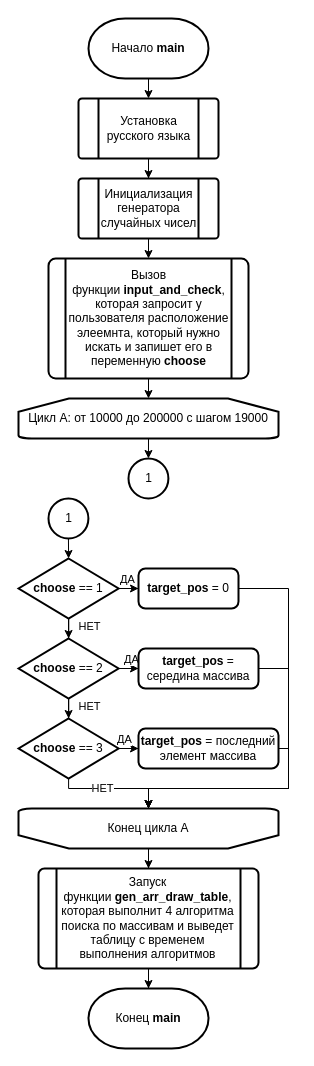
This is page "main" (1 of 6) of diagrams/sources/all.drawio from AKTOETO/LW2-2022, a draw.io file, before an edit. Source tidied: cells renumbered, new cells numbered last; positions are measured from the earlier drawing's top-left corner, leaving out a move shared by most shapes. Both pictures are drawn from the tidied source at 100%, with x=0, y=0 at pixel (18, 18).
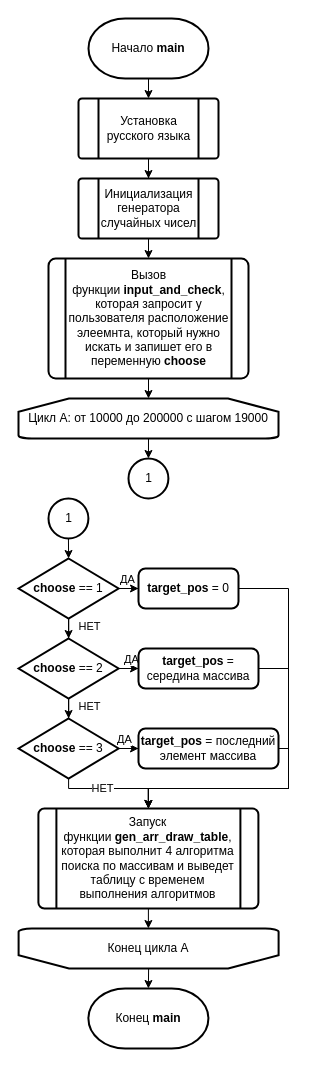
Above is the later version.

Unchanged cells that the change refers to:
```xml
<mxCell id="20" value="&lt;b&gt;target_pos&lt;/b&gt; = 0" style="rounded=1;whiteSpace=wrap;html=1;absoluteArcSize=1;arcSize=14;strokeWidth=2;" parent="1" vertex="1">
  <mxGeometry x="120" y="550" width="100" height="40" as="geometry" />
</mxCell>
<mxCell id="27" value="&lt;b&gt;target_pos &lt;/b&gt;= середина массива" style="rounded=1;whiteSpace=wrap;html=1;absoluteArcSize=1;arcSize=14;strokeWidth=2;" parent="1" vertex="1">
  <mxGeometry x="120" y="630" width="120" height="40" as="geometry" />
</mxCell>
<mxCell id="32" value="&lt;b&gt;choose&lt;/b&gt; == 3" style="strokeWidth=2;html=1;shape=mxgraph.flowchart.decision;whiteSpace=wrap;" parent="1" vertex="1">
  <mxGeometry x="0.1" y="700" width="100" height="60" as="geometry" />
</mxCell>
<mxCell id="34" value="&lt;b&gt;target_pos&lt;/b&gt; = последний элемент массива" style="rounded=1;whiteSpace=wrap;html=1;absoluteArcSize=1;arcSize=14;strokeWidth=2;" parent="1" vertex="1">
  <mxGeometry x="120" y="710" width="140" height="40" as="geometry" />
</mxCell>
```

What changed in the source:
```diff
@@
-    <mxCell id="12" style="edgeStyle=orthogonalEdgeStyle;rounded=0;jettySize=auto;html=1;fontColor=default;" parent="1" edge="1" source="13" target="36">
-      <mxGeometry relative="1" as="geometry" />
-    </mxCell>
+    <mxCell id="41" style="edgeStyle=orthogonalEdgeStyle;rounded=0;jettySize=auto;html=1;exitX=0.5;exitY=0;exitDx=0;exitDy=0;exitPerimeter=0;entryX=0.5;entryY=0;entryDx=0;entryDy=0;entryPerimeter=0;" parent="1" edge="1" source="13" target="37">
+      <mxGeometry relative="1" as="geometry" />
+    </mxCell>
     <mxCell id="13" value="Конец цикла А" style="strokeWidth=2;html=1;shape=mxgraph.flowchart.loop_limit;whiteSpace=wrap;direction=west;" parent="1" vertex="1">
-      <mxGeometry y="790" width="260" height="40" as="geometry" />
+      <mxGeometry x="0.1" y="910" width="260" height="40" as="geometry" />
     </mxCell>
@@
-    <mxCell id="19" style="edgeStyle=orthogonalEdgeStyle;rounded=0;jettySize=auto;html=1;exitX=1;exitY=0.5;exitDx=0;exitDy=0;entryX=0.5;entryY=1;entryDx=0;entryDy=0;entryPerimeter=0;fontColor=default;" parent="1" edge="1" source="20" target="13">
+    <mxCell id="19" style="edgeStyle=orthogonalEdgeStyle;rounded=0;jettySize=auto;html=1;exitX=1;exitY=0.5;exitDx=0;exitDy=0;entryX=0.5;entryY=0;entryDx=0;entryDy=0;fontColor=default;" parent="1" edge="1" source="20" target="36">
       <mxGeometry relative="1" as="geometry">
         <Array as="points">
           <mxPoint x="270" y="570" />
           <mxPoint x="270" y="770" />
           <mxPoint x="130" y="770" />
         </Array>
       </mxGeometry>
     </mxCell>
@@
-    <mxCell id="26" style="edgeStyle=orthogonalEdgeStyle;rounded=0;jettySize=auto;html=1;exitX=1;exitY=0.5;exitDx=0;exitDy=0;fontColor=default;entryX=0.5;entryY=1;entryDx=0;entryDy=0;entryPerimeter=0;" parent="1" edge="1" source="27" target="13">
+    <mxCell id="26" style="edgeStyle=orthogonalEdgeStyle;rounded=0;jettySize=auto;html=1;exitX=1;exitY=0.5;exitDx=0;exitDy=0;fontColor=default;entryX=0.5;entryY=0;entryDx=0;entryDy=0;" parent="1" edge="1" source="27" target="36">
       <mxGeometry relative="1" as="geometry">
         <Array as="points">
           <mxPoint x="270" y="650" />
           <mxPoint x="270" y="770" />
           <mxPoint x="130" y="770" />
         </Array>
       </mxGeometry>
     </mxCell>
@@
-    <mxCell id="30" style="edgeStyle=orthogonalEdgeStyle;rounded=0;jettySize=auto;html=1;entryX=0.5;entryY=1;entryDx=0;entryDy=0;entryPerimeter=0;" parent="1" edge="1" source="32" target="13">
+    <mxCell id="30" style="edgeStyle=orthogonalEdgeStyle;rounded=0;jettySize=auto;html=1;entryX=0.5;entryY=0;entryDx=0;entryDy=0;" parent="1" edge="1" source="32" target="36">
       <mxGeometry relative="1" as="geometry">
         <Array as="points">
           <mxPoint x="50" y="770" />
           <mxPoint x="130" y="770" />
         </Array>
       </mxGeometry>
     </mxCell>
@@
-    <mxCell id="33" style="edgeStyle=orthogonalEdgeStyle;rounded=0;jettySize=auto;html=1;exitX=1;exitY=0.5;exitDx=0;exitDy=0;entryX=0.5;entryY=1;entryDx=0;entryDy=0;entryPerimeter=0;fontColor=default;" parent="1" edge="1" source="34" target="13">
+    <mxCell id="33" style="edgeStyle=orthogonalEdgeStyle;rounded=0;jettySize=auto;html=1;exitX=1;exitY=0.5;exitDx=0;exitDy=0;entryX=0.5;entryY=0;entryDx=0;entryDy=0;fontColor=default;" parent="1" edge="1" source="34" target="36">
       <mxGeometry relative="1" as="geometry">
         <Array as="points">
           <mxPoint x="270" y="730" />
           <mxPoint x="270" y="770" />
           <mxPoint x="130" y="770" />
         </Array>
       </mxGeometry>
     </mxCell>
@@
-    <mxCell id="35" style="edgeStyle=orthogonalEdgeStyle;rounded=0;jettySize=auto;html=1;fontColor=default;" parent="1" edge="1" source="36" target="37">
+    <mxCell id="35" style="edgeStyle=orthogonalEdgeStyle;rounded=0;jettySize=auto;html=1;fontColor=default;entryX=0.5;entryY=1;entryDx=0;entryDy=0;entryPerimeter=0;" parent="1" edge="1" source="36" target="13">
       <mxGeometry relative="1" as="geometry" />
     </mxCell>
     <mxCell id="36" value="Запуск функции&amp;nbsp;&lt;b&gt;gen_arr_draw_table&lt;/b&gt;, которая выполнит 4 алгоритма поиска по массивам и выведет таблицу с временем выполнения алгоритмов" style="verticalLabelPosition=middle;verticalAlign=middle;html=1;shape=process;whiteSpace=wrap;rounded=1;size=0.08333333333333333;arcSize=6;strokeWidth=2;labelPosition=center;align=center;labelBackgroundColor=none;fontColor=default;" parent="1" vertex="1">
-      <mxGeometry x="20" y="850" width="220" height="100" as="geometry" />
+      <mxGeometry x="19.9" y="790" width="220" height="100" as="geometry" />
     </mxCell>
     <mxCell id="37" value="Конец &lt;b&gt;main&lt;/b&gt;" style="strokeWidth=2;html=1;shape=mxgraph.flowchart.terminator;whiteSpace=wrap;labelBackgroundColor=none;fontColor=default;" parent="1" vertex="1">
-      <mxGeometry x="70" y="970" width="120" height="60" as="geometry" />
+      <mxGeometry x="69.9" y="970" width="120" height="60" as="geometry" />
     </mxCell>
```
